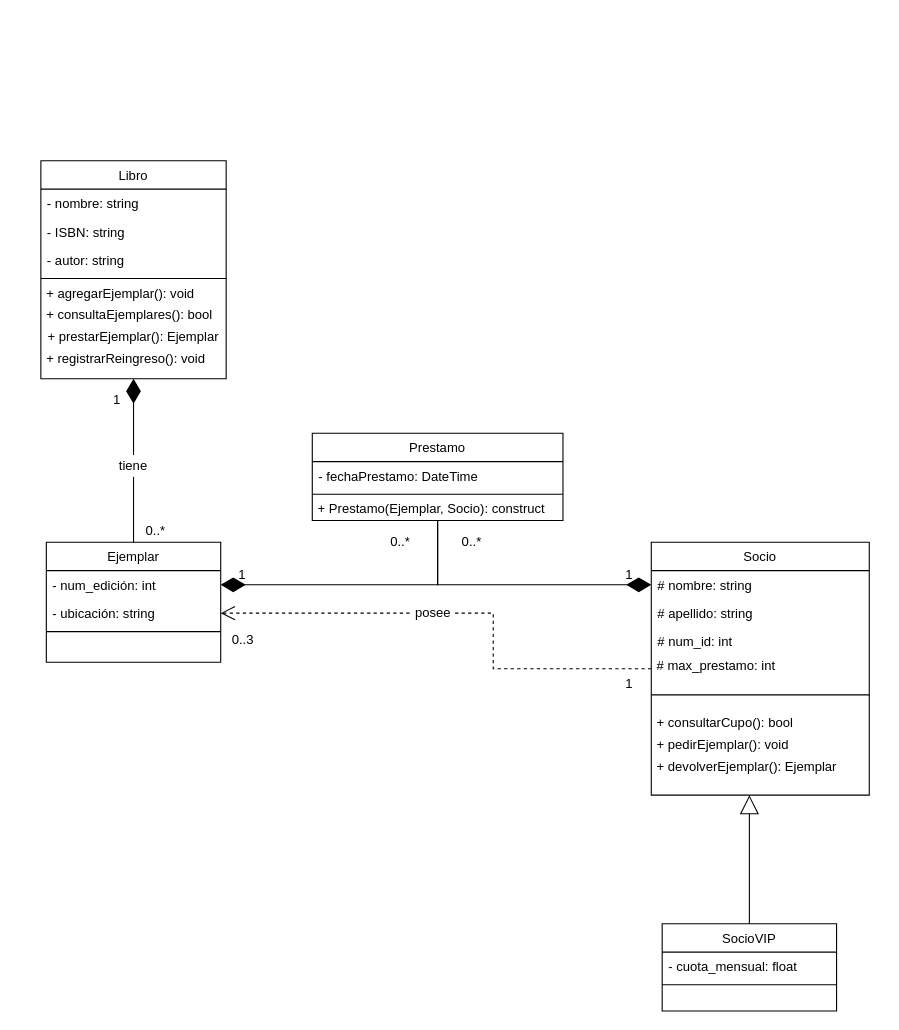
The draw.io diagram DiagramaUML.drawio in renzobanegass/AdminBiblioteca, before the edit. Source tidied: cells renumbered, new cells numbered last; positions are measured from the earlier drawing's top-left corner, leaving out a move shared by most shapes. Both pictures are drawn from the tidied source at 109%, with x=0, y=0 at pixel (40, 160).
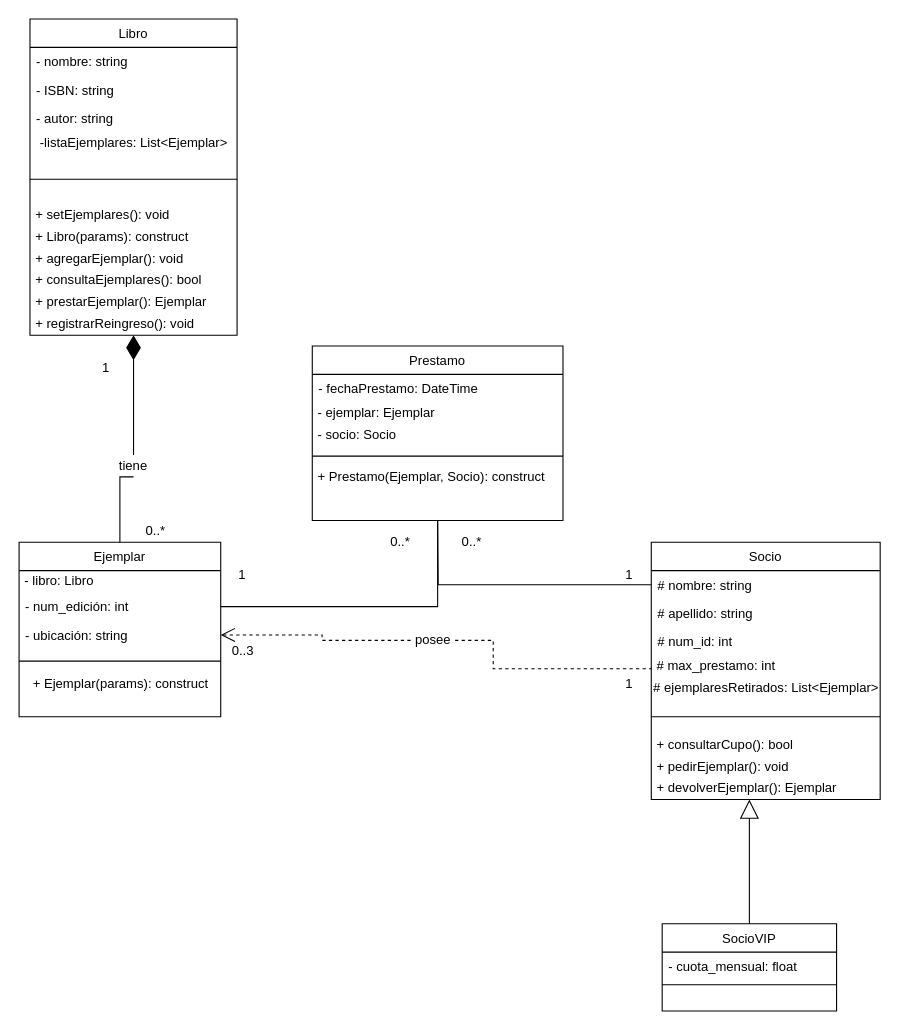
The same diagram, later.

Diff of the diagram source:
```diff
@@
     <mxCell id="2" value="Libro" style="swimlane;fontStyle=0;align=center;verticalAlign=top;horizontal=1;startSize=26;rounded=0;shadow=0;strokeWidth=1;" parent="1" vertex="1">
-      <mxGeometry width="170" height="200" as="geometry" />
+      <mxGeometry x="-10" y="-130" width="190" height="290" as="geometry" />
     </mxCell>
     <mxCell id="3" value="- nombre: string" style="text;align=left;verticalAlign=top;spacingLeft=4;spacingRight=4;overflow=hidden;" parent="2" vertex="1">
-      <mxGeometry y="26" width="170" height="26" as="geometry" />
+      <mxGeometry y="26" width="190" height="26" as="geometry" />
     </mxCell>
     <mxCell id="4" value="- ISBN: string" style="text;align=left;verticalAlign=top;spacingLeft=4;spacingRight=4;overflow=hidden;rounded=0;shadow=0;html=0;" parent="2" vertex="1">
-      <mxGeometry y="52" width="170" height="26" as="geometry" />
+      <mxGeometry y="52" width="190" height="26" as="geometry" />
     </mxCell>
     <mxCell id="5" value="- autor: string" style="text;align=left;verticalAlign=top;spacingLeft=4;spacingRight=4;overflow=hidden;rounded=0;shadow=0;html=0;" parent="2" vertex="1">
-      <mxGeometry y="78" width="170" height="26" as="geometry" />
+      <mxGeometry y="78" width="190" height="26" as="geometry" />
     </mxCell>
+    <mxCell id="48" value="-listaEjemplares: List&amp;lt;Ejemplar&amp;gt;" style="text;html=1;align=center;verticalAlign=middle;strokeColor=none;" parent="2" vertex="1">
+      <mxGeometry y="104" width="190" height="20" as="geometry" />
+    </mxCell>
     <mxCell id="6" style="line;html=1;strokeWidth=1;align=left;verticalAlign=middle;spacingTop=-1;spacingLeft=3;spacingRight=3;labelPosition=right;" parent="2" vertex="1">
-      <mxGeometry y="104" width="170" height="8" as="geometry" />
+      <mxGeometry y="124" width="190" height="46" as="geometry" />
     </mxCell>
+    <mxCell id="49" value="&amp;nbsp;+ setEjemplares(): void" style="text;html=1;align=left;verticalAlign=middle;strokeColor=none;" parent="2" vertex="1">
+      <mxGeometry y="170" width="190" height="20" as="geometry" />
+    </mxCell>
+    <mxCell id="50" value="&amp;nbsp;+ Libro(params): construct" style="text;html=1;align=left;verticalAlign=middle;strokeColor=none;" parent="2" vertex="1">
+      <mxGeometry y="190" width="190" height="20" as="geometry" />
+    </mxCell>
     <mxCell id="7" value="&amp;nbsp;+ agregarEjemplar(): void" style="text;html=1;align=left;verticalAlign=middle;strokeColor=none;" parent="2" vertex="1">
-      <mxGeometry y="112" width="170" height="20" as="geometry" />
+      <mxGeometry y="210" width="190" height="20" as="geometry" />
     </mxCell>
     <mxCell id="8" value="&amp;nbsp;+ consultaEjemplares(): bool" style="text;html=1;align=left;verticalAlign=middle;strokeColor=none;" parent="2" vertex="1">
-      <mxGeometry y="132" width="170" height="20" as="geometry" />
+      <mxGeometry y="230" width="190" height="20" as="geometry" />
     </mxCell>
-    <mxCell id="9" value="+ prestarEjemplar(): Ejemplar" style="text;html=1;strokeColor=none;fillColor=none;align=center;verticalAlign=middle;whiteSpace=wrap;rounded=0;" parent="2" vertex="1">
-      <mxGeometry y="152" width="170" height="20" as="geometry" />
+    <mxCell id="9" value="&amp;nbsp;+ prestarEjemplar(): Ejemplar" style="text;html=1;strokeColor=none;fillColor=none;align=left;verticalAlign=middle;whiteSpace=wrap;rounded=0;" parent="2" vertex="1">
+      <mxGeometry y="250" width="190" height="20" as="geometry" />
     </mxCell>
     <mxCell id="10" value="&amp;nbsp;+ registrarReingreso(): void" style="text;html=1;align=left;verticalAlign=middle;strokeColor=none;" parent="2" vertex="1">
-      <mxGeometry y="172" width="170" height="20" as="geometry" />
+      <mxGeometry y="270" width="190" height="20" as="geometry" />
     </mxCell>
     <mxCell id="11" value="Socio" style="swimlane;fontStyle=0;align=center;verticalAlign=top;horizontal=1;startSize=26;rounded=0;shadow=0;strokeWidth=1;" parent="1" vertex="1">
-      <mxGeometry x="560" y="350" width="200" height="232" as="geometry" />
+      <mxGeometry x="560" y="350" width="210" height="236" as="geometry" />
     </mxCell>
     <mxCell id="12" value="# nombre: string&#10;" style="text;align=left;verticalAlign=top;spacingLeft=4;spacingRight=4;overflow=hidden;points=[[0,0.5],[1,0.5]];portConstraint=eastwest;" parent="11" vertex="1">
-      <mxGeometry y="26" width="200" height="26" as="geometry" />
+      <mxGeometry y="26" width="210" height="26" as="geometry" />
     </mxCell>
     <mxCell id="13" value="# apellido: string" style="text;align=left;verticalAlign=top;spacingLeft=4;spacingRight=4;overflow=hidden;rounded=0;shadow=0;html=0;" parent="11" vertex="1">
-      <mxGeometry y="52" width="200" height="26" as="geometry" />
+      <mxGeometry y="52" width="210" height="26" as="geometry" />
     </mxCell>
     <mxCell id="14" value="# num_id: int" style="text;align=left;verticalAlign=top;spacingLeft=4;spacingRight=4;overflow=hidden;rounded=0;shadow=0;html=0;" parent="11" vertex="1">
-      <mxGeometry y="78" width="200" height="26" as="geometry" />
+      <mxGeometry y="78" width="210" height="26" as="geometry" />
     </mxCell>
     <mxCell id="15" value="&amp;nbsp;# max_prestamo: int" style="text;html=1;align=left;verticalAlign=middle;strokeColor=none;" parent="11" vertex="1">
-      <mxGeometry y="104" width="200" height="20" as="geometry" />
+      <mxGeometry y="104" width="210" height="20" as="geometry" />
     </mxCell>
+    <mxCell id="51" value="# ejemplaresRetirados: List&amp;lt;Ejemplar&amp;gt;" style="text;html=1;align=center;verticalAlign=middle;strokeColor=none;" parent="11" vertex="1">
+      <mxGeometry y="124" width="210" height="20" as="geometry" />
+    </mxCell>
     <mxCell id="16" style="line;html=1;strokeWidth=1;align=left;verticalAlign=middle;spacingTop=-1;spacingLeft=3;spacingRight=3;labelPosition=right;" parent="11" vertex="1">
-      <mxGeometry y="124" width="200" height="32" as="geometry" />
+      <mxGeometry y="144" width="210" height="32" as="geometry" />
     </mxCell>
     <mxCell id="17" value="&amp;nbsp;+ consultarCupo(): bool" style="text;html=1;align=left;verticalAlign=middle;strokeColor=none;" parent="11" vertex="1">
-      <mxGeometry y="156" width="200" height="20" as="geometry" />
+      <mxGeometry y="176" width="210" height="20" as="geometry" />
     </mxCell>
     <mxCell id="18" value="&amp;nbsp;+ pedirEjemplar(): void" style="text;html=1;align=left;verticalAlign=middle;strokeColor=none;" parent="11" vertex="1">
-      <mxGeometry y="176" width="200" height="20" as="geometry" />
+      <mxGeometry y="196" width="210" height="20" as="geometry" />
     </mxCell>
     <mxCell id="19" value="&amp;nbsp;+ devolverEjemplar(): Ejemplar" style="text;html=1;align=left;verticalAlign=middle;strokeColor=none;" parent="11" vertex="1">
-      <mxGeometry y="196" width="200" height="20" as="geometry" />
+      <mxGeometry y="216" width="210" height="20" as="geometry" />
     </mxCell>
@@
     <mxCell id="24" value="Ejemplar" style="swimlane;fontStyle=0;align=center;verticalAlign=top;horizontal=1;startSize=26;rounded=0;shadow=0;strokeWidth=1;" parent="1" vertex="1">
-      <mxGeometry x="5" y="350" width="160" height="110" as="geometry" />
+      <mxGeometry x="-20" y="350" width="185" height="160" as="geometry" />
     </mxCell>
+    <mxCell id="52" value="&amp;nbsp;- libro: Libro" style="text;html=1;align=left;verticalAlign=middle;strokeColor=none;" parent="24" vertex="1">
+      <mxGeometry y="26" width="185" height="20" as="geometry" />
+    </mxCell>
     <mxCell id="25" value="- num_edición: int" style="text;align=left;verticalAlign=top;spacingLeft=4;spacingRight=4;overflow=hidden;points=[[0,0.5],[1,0.5]];portConstraint=eastwest;" parent="24" vertex="1">
-      <mxGeometry y="26" width="160" height="26" as="geometry" />
+      <mxGeometry y="46" width="185" height="26" as="geometry" />
     </mxCell>
     <mxCell id="26" value="- ubicación: string" style="text;align=left;verticalAlign=top;spacingLeft=4;spacingRight=4;overflow=hidden;points=[[0,0.5],[1,0.5]];portConstraint=eastwest;rounded=0;shadow=0;html=0;" parent="24" vertex="1">
-      <mxGeometry y="52" width="160" height="26" as="geometry" />
+      <mxGeometry y="72" width="185" height="26" as="geometry" />
     </mxCell>
     <mxCell id="27" style="line;html=1;strokeWidth=1;align=left;verticalAlign=middle;spacingTop=-1;spacingLeft=3;spacingRight=3;labelPosition=right;" parent="24" vertex="1">
-      <mxGeometry y="78" width="160" height="8" as="geometry" />
+      <mxGeometry y="98" width="185" height="22" as="geometry" />
     </mxCell>
+    <mxCell id="53" value="+ Ejemplar(params): construct" style="text;html=1;align=center;verticalAlign=middle;strokeColor=none;" parent="24" vertex="1">
+      <mxGeometry y="120" width="185" height="20" as="geometry" />
+    </mxCell>
@@
     <mxCell id="30" value="1" style="text;html=1;strokeColor=none;fillColor=none;align=center;verticalAlign=middle;whiteSpace=wrap;rounded=0;" parent="1" vertex="1">
-      <mxGeometry x="50" y="210" width="40" height="20" as="geometry" />
+      <mxGeometry x="40" y="180" width="40" height="20" as="geometry" />
     </mxCell>
@@
     <mxCell id="33" style="edgeStyle=orthogonalEdgeStyle;rounded=0;jettySize=auto;html=1;exitX=1;exitY=0.5;exitDx=0;exitDy=0;startArrow=none;startFill=0;endArrow=none;endFill=0;endSize=15;dashed=1;" parent="1" edge="1" source="34" target="11">
       <mxGeometry relative="1" as="geometry">
         <Array as="points">
-          <mxPoint x="415" y="415" />
+          <mxPoint x="415" y="440" />
           <mxPoint x="415" y="466" />
         </Array>
       </mxGeometry>
     </mxCell>
     <mxCell id="34" value="posee" style="text;html=1;align=center;verticalAlign=middle;whiteSpace=wrap;rounded=0;" parent="1" vertex="1">
-      <mxGeometry x="340" y="405" width="40" height="20" as="geometry" />
+      <mxGeometry x="340" y="430" width="40" height="20" as="geometry" />
     </mxCell>
     <mxCell id="35" style="edgeStyle=orthogonalEdgeStyle;rounded=0;jettySize=auto;html=1;exitX=1;exitY=0.5;exitDx=0;exitDy=0;startArrow=open;startFill=0;endArrow=none;endFill=0;endSize=15;dashed=1;startSize=11;" parent="1" edge="1" source="26" target="34">
-      <mxGeometry relative="1" as="geometry" />
+      <mxGeometry relative="1" as="geometry">
+        <Array as="points">
+          <mxPoint x="258" y="435" />
+          <mxPoint x="258" y="440" />
+          <mxPoint x="360" y="440" />
+        </Array>
+      </mxGeometry>
     </mxCell>
@@
     <mxCell id="37" value="0..3" style="text;html=1;align=center;verticalAlign=middle;strokeColor=none;" parent="1" vertex="1">
-      <mxGeometry x="165" y="430" width="40" height="20" as="geometry" />
+      <mxGeometry x="165" y="440" width="40" height="20" as="geometry" />
     </mxCell>
     <mxCell id="38" value="Prestamo" style="swimlane;fontStyle=0;align=center;verticalAlign=top;horizontal=1;startSize=26;rounded=0;shadow=0;strokeWidth=1;" parent="1" vertex="1">
-      <mxGeometry x="249" y="250" width="230" height="80" as="geometry" />
+      <mxGeometry x="249" y="170" width="230" height="160" as="geometry" />
     </mxCell>
@@
+    <mxCell id="54" value="&amp;nbsp;- ejemplar: Ejemplar" style="text;html=1;align=left;verticalAlign=middle;strokeColor=none;" parent="38" vertex="1">
+      <mxGeometry y="52" width="230" height="20" as="geometry" />
+    </mxCell>
+    <mxCell id="55" value="&amp;nbsp;- socio: Socio" style="text;html=1;align=left;verticalAlign=middle;strokeColor=none;" parent="38" vertex="1">
+      <mxGeometry y="72" width="230" height="20" as="geometry" />
+    </mxCell>
     <mxCell id="40" style="line;html=1;strokeWidth=1;align=left;verticalAlign=middle;spacingTop=-1;spacingLeft=3;spacingRight=3;labelPosition=right;" parent="38" vertex="1">
-      <mxGeometry y="52" width="230" height="8" as="geometry" />
+      <mxGeometry y="92" width="230" height="18" as="geometry" />
     </mxCell>
     <mxCell id="41" value="&amp;nbsp;+ Prestamo(Ejemplar, Socio): construct" style="text;html=1;align=left;verticalAlign=middle;points=[];strokeColor=none;" parent="38" vertex="1">
-      <mxGeometry y="60" width="230" height="20" as="geometry" />
+      <mxGeometry y="110" width="230" height="20" as="geometry" />
     </mxCell>
-    <mxCell id="42" style="edgeStyle=orthogonalEdgeStyle;rounded=0;jettySize=auto;html=1;startArrow=none;startFill=0;endArrow=diamondThin;endFill=1;startSize=19;endSize=20;" parent="1" edge="1" source="41" target="25">
-      <mxGeometry relative="1" as="geometry" />
+    <mxCell id="42" style="edgeStyle=orthogonalEdgeStyle;rounded=0;jettySize=auto;html=1;startArrow=none;startFill=0;endArrow=none;endFill=0;startSize=19;endSize=20;" parent="1" edge="1" source="38" target="25">
+      <mxGeometry relative="1" as="geometry">
+        <Array as="points">
+          <mxPoint x="364" y="409" />
+        </Array>
+      </mxGeometry>
     </mxCell>
-    <mxCell id="43" style="edgeStyle=orthogonalEdgeStyle;rounded=0;jettySize=auto;html=1;entryX=0;entryY=0.5;entryDx=0;entryDy=0;startArrow=none;startFill=0;endArrow=diamondThin;endFill=1;startSize=11;endSize=20;" parent="1" edge="1" source="41" target="12">
-      <mxGeometry relative="1" as="geometry" />
+    <mxCell id="43" style="edgeStyle=orthogonalEdgeStyle;rounded=0;jettySize=auto;html=1;entryX=0;entryY=0.5;entryDx=0;entryDy=0;startArrow=none;startFill=0;endArrow=none;endFill=0;startSize=11;endSize=20;" parent="1" edge="1" target="12">
+      <mxGeometry relative="1" as="geometry">
+        <mxPoint x="364" y="330" as="sourcePoint" />
+      </mxGeometry>
     </mxCell>
```
